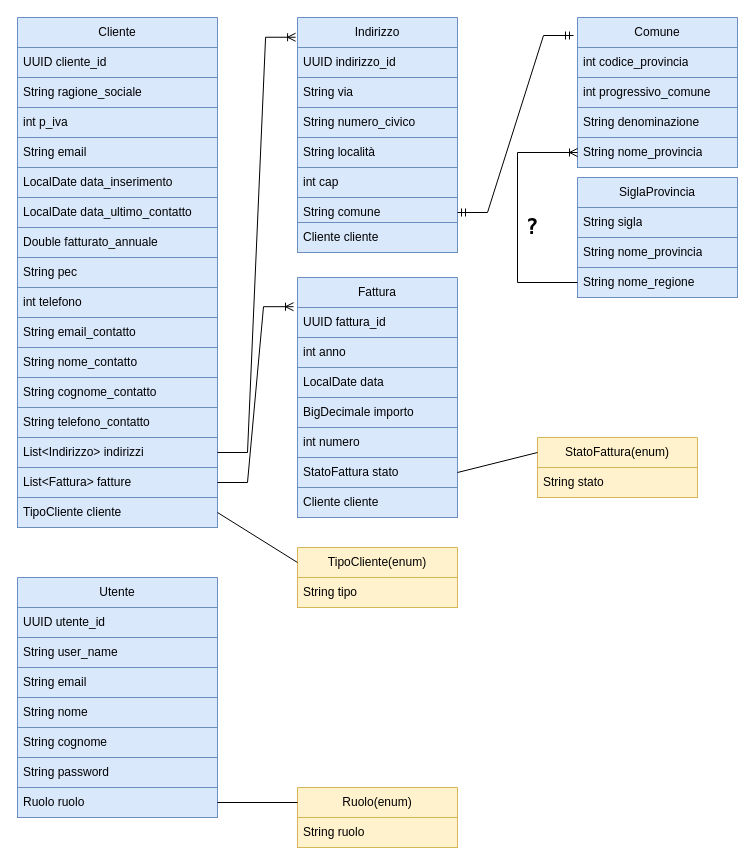
Earlier version of the draw.io diagram Diagramma_Progetto.drawio (Peppe1795/BuildWeekFinale). Source tidied: cells renumbered, new cells numbered last; positions are measured from the earlier drawing's top-left corner, leaving out a move shared by most shapes. Both pictures are drawn from the tidied source at 100%, with x=0, y=0 at pixel (17, 17).
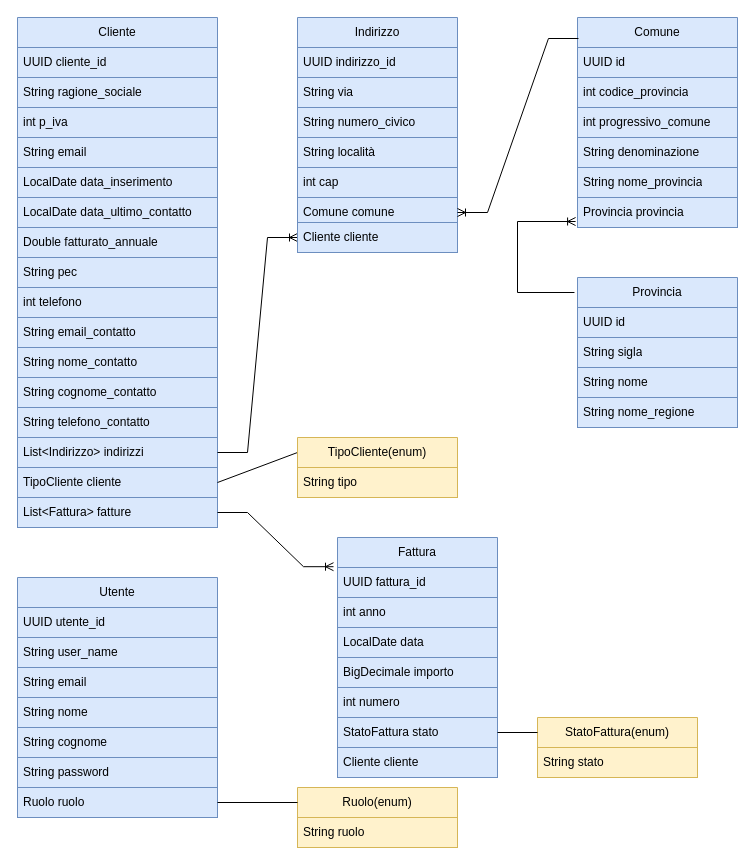
Above is the later version.

Unchanged cells that the change refers to:
```xml
<mxCell id="2" value="Indirizzo" style="swimlane;fontStyle=0;horizontal=1;startSize=30;whiteSpace=wrap;html=1;fillColor=#dae8fc;strokeColor=#6c8ebf;" parent="1" vertex="1">
  <mxGeometry x="280" width="160" height="210" as="geometry" />
</mxCell>
<mxCell id="9" value="Cliente" style="swimlane;fontStyle=0;horizontal=1;startSize=30;whiteSpace=wrap;html=1;fillColor=#dae8fc;strokeColor=#6c8ebf;" parent="1" vertex="1">
  <mxGeometry width="200" height="510" as="geometry" />
</mxCell>
<mxCell id="23" value="List&amp;lt;Indirizzo&amp;gt; indirizzi" style="text;strokeColor=#6c8ebf;fillColor=#dae8fc;align=left;verticalAlign=middle;spacingLeft=4;spacingRight=4;overflow=hidden;points=[[0,0.5],[1,0.5]];portConstraint=eastwest;whiteSpace=wrap;html=1;" parent="9" vertex="1">
  <mxGeometry y="420" width="200" height="30" as="geometry" />
</mxCell>
<mxCell id="64" value="Cliente cliente" style="text;strokeColor=#6c8ebf;fillColor=#dae8fc;align=left;verticalAlign=middle;spacingLeft=4;spacingRight=4;overflow=hidden;points=[[0,0.5],[1,0.5]];portConstraint=eastwest;whiteSpace=wrap;html=1;" parent="1" vertex="1">
  <mxGeometry x="280" y="205" width="160" height="30" as="geometry" />
</mxCell>
```

Change to the diagram source:
```diff
@@
-    <mxCell id="8" value="String comune" style="text;strokeColor=#6c8ebf;fillColor=#dae8fc;align=left;verticalAlign=middle;spacingLeft=4;spacingRight=4;overflow=hidden;points=[[0,0.5],[1,0.5]];portConstraint=eastwest;whiteSpace=wrap;html=1;" parent="2" vertex="1">
+    <mxCell id="8" value="Comune comune" style="text;strokeColor=#6c8ebf;fillColor=#dae8fc;align=left;verticalAlign=middle;spacingLeft=4;spacingRight=4;overflow=hidden;points=[[0,0.5],[1,0.5]];portConstraint=eastwest;whiteSpace=wrap;html=1;" parent="2" vertex="1">
       <mxGeometry y="180" width="160" height="30" as="geometry" />
     </mxCell>
@@
+    <mxCell id="25" value="TipoCliente cliente&amp;nbsp;" style="text;strokeColor=#6c8ebf;fillColor=#dae8fc;align=left;verticalAlign=middle;spacingLeft=4;spacingRight=4;overflow=hidden;points=[[0,0.5],[1,0.5]];portConstraint=eastwest;whiteSpace=wrap;html=1;" parent="9" vertex="1">
+      <mxGeometry y="450" width="200" height="30" as="geometry" />
+    </mxCell>
     <mxCell id="24" value="List&amp;lt;Fattura&amp;gt; fatture" style="text;strokeColor=#6c8ebf;fillColor=#dae8fc;align=left;verticalAlign=middle;spacingLeft=4;spacingRight=4;overflow=hidden;points=[[0,0.5],[1,0.5]];portConstraint=eastwest;whiteSpace=wrap;html=1;" parent="9" vertex="1">
-      <mxGeometry y="450" width="200" height="30" as="geometry" />
+      <mxGeometry y="480" width="200" height="30" as="geometry" />
     </mxCell>
-    <mxCell id="25" value="TipoCliente cliente&amp;nbsp;" style="text;strokeColor=#6c8ebf;fillColor=#dae8fc;align=left;verticalAlign=middle;spacingLeft=4;spacingRight=4;overflow=hidden;points=[[0,0.5],[1,0.5]];portConstraint=eastwest;whiteSpace=wrap;html=1;" parent="9" vertex="1">
-      <mxGeometry y="480" width="200" height="30" as="geometry" />
-    </mxCell>
     <mxCell id="26" value="Comune" style="swimlane;fontStyle=0;horizontal=1;startSize=30;whiteSpace=wrap;html=1;fillColor=#dae8fc;strokeColor=#6c8ebf;" parent="1" vertex="1">
-      <mxGeometry x="560" width="160" height="150" as="geometry" />
+      <mxGeometry x="560" width="160" height="210" as="geometry" />
     </mxCell>
+    <mxCell id="66" value="UUID id&lt;div style=&quot;background-color:#2f2f2f;padding:0px 0px 0px 2px;&quot;&gt;&lt;div style=&quot;color: rgb(170, 170, 170); font-family: &amp;quot;Courier New&amp;quot;; font-size: 10pt;&quot;&gt;&lt;p style=&quot;background-color:#373737;margin:0;&quot;&gt;&lt;span style=&quot;color:#d9e8f7;&quot;&gt;&lt;/span&gt;&lt;/p&gt;&lt;/div&gt;&lt;/div&gt;" style="text;strokeColor=#6c8ebf;fillColor=#dae8fc;align=left;verticalAlign=middle;spacingLeft=4;spacingRight=4;overflow=hidden;whiteSpace=wrap;html=1;" parent="26" vertex="1">
+      <mxGeometry y="30" width="160" height="30" as="geometry" />
+    </mxCell>
     <mxCell id="27" value="int&amp;nbsp;codice_provincia&lt;div style=&quot;background-color:#2f2f2f;padding:0px 0px 0px 2px;&quot;&gt;&lt;div style=&quot;color: rgb(170, 170, 170); font-family: &amp;quot;Courier New&amp;quot;; font-size: 10pt;&quot;&gt;&lt;p style=&quot;background-color:#373737;margin:0;&quot;&gt;&lt;span style=&quot;color:#d9e8f7;&quot;&gt;&lt;/span&gt;&lt;/p&gt;&lt;/div&gt;&lt;/div&gt;" style="text;strokeColor=#6c8ebf;fillColor=#dae8fc;align=left;verticalAlign=middle;spacingLeft=4;spacingRight=4;overflow=hidden;whiteSpace=wrap;html=1;" parent="26" vertex="1">
-      <mxGeometry y="30" width="160" height="30" as="geometry" />
+      <mxGeometry y="60" width="160" height="30" as="geometry" />
     </mxCell>
     <mxCell id="28" value="int&amp;nbsp;progressivo_comune&lt;div style=&quot;background-color:#2f2f2f;padding:0px 0px 0px 2px;&quot;&gt;&lt;div style=&quot;color: rgb(170, 170, 170); font-family: &amp;quot;Courier New&amp;quot;; font-size: 10pt;&quot;&gt;&lt;p style=&quot;background-color:#373737;margin:0;&quot;&gt;&lt;span style=&quot;color:#d9e8f7;&quot;&gt;&lt;/span&gt;&lt;/p&gt;&lt;/div&gt;&lt;/div&gt;" style="text;strokeColor=#6c8ebf;fillColor=#dae8fc;align=left;verticalAlign=middle;spacingLeft=4;spacingRight=4;overflow=hidden;whiteSpace=wrap;html=1;" parent="26" vertex="1">
-      <mxGeometry y="60" width="160" height="30" as="geometry" />
+      <mxGeometry y="90" width="160" height="30" as="geometry" />
     </mxCell>
     <mxCell id="29" value="String&amp;nbsp;denominazione&lt;div style=&quot;background-color:#2f2f2f;padding:0px 0px 0px 2px;&quot;&gt;&lt;div style=&quot;color: rgb(170, 170, 170); font-family: &amp;quot;Courier New&amp;quot;; font-size: 10pt;&quot;&gt;&lt;p style=&quot;background-color:#373737;margin:0;&quot;&gt;&lt;span style=&quot;color:#d9e8f7;&quot;&gt;&lt;/span&gt;&lt;/p&gt;&lt;/div&gt;&lt;/div&gt;" style="text;strokeColor=#6c8ebf;fillColor=#dae8fc;align=left;verticalAlign=middle;spacingLeft=4;spacingRight=4;overflow=hidden;whiteSpace=wrap;html=1;" parent="26" vertex="1">
-      <mxGeometry y="90" width="160" height="30" as="geometry" />
+      <mxGeometry y="120" width="160" height="30" as="geometry" />
     </mxCell>
     <mxCell id="30" value="String nome_provincia" style="text;strokeColor=#6c8ebf;fillColor=#dae8fc;align=left;verticalAlign=middle;spacingLeft=4;spacingRight=4;overflow=hidden;points=[[0,0.5],[1,0.5]];portConstraint=eastwest;whiteSpace=wrap;html=1;" parent="26" vertex="1">
-      <mxGeometry y="120" width="160" height="30" as="geometry" />
+      <mxGeometry y="150" width="160" height="30" as="geometry" />
     </mxCell>
+    <mxCell id="67" value="Provincia provincia" style="text;strokeColor=#6c8ebf;fillColor=#dae8fc;align=left;verticalAlign=middle;spacingLeft=4;spacingRight=4;overflow=hidden;points=[[0,0.5],[1,0.5]];portConstraint=eastwest;whiteSpace=wrap;html=1;" parent="26" vertex="1">
+      <mxGeometry y="180" width="160" height="30" as="geometry" />
+    </mxCell>
     <mxCell id="31" value="Fattura" style="swimlane;fontStyle=0;horizontal=1;startSize=30;whiteSpace=wrap;html=1;fillColor=#dae8fc;strokeColor=#6c8ebf;" parent="1" vertex="1">
-      <mxGeometry x="280" y="260" width="160" height="210" as="geometry" />
+      <mxGeometry x="320" y="520" width="160" height="210" as="geometry" />
     </mxCell>
@@
-    <mxCell id="46" value="TipoCliente(enum)" style="swimlane;fontStyle=0;horizontal=1;startSize=30;whiteSpace=wrap;html=1;fillColor=#fff2cc;strokeColor=#d6b656;" parent="1" vertex="1">
-      <mxGeometry x="280" y="530" width="160" height="60" as="geometry" />
-    </mxCell>
-    <mxCell id="47" value="String tipo" style="text;strokeColor=#d6b656;fillColor=#fff2cc;align=left;verticalAlign=middle;spacingLeft=4;spacingRight=4;overflow=hidden;whiteSpace=wrap;html=1;" parent="46" vertex="1">
-      <mxGeometry y="30" width="160" height="30" as="geometry" />
-    </mxCell>
     <mxCell id="48" value="StatoFattura(enum)" style="swimlane;fontStyle=0;horizontal=1;startSize=30;whiteSpace=wrap;html=1;fillColor=#fff2cc;strokeColor=#d6b656;" parent="1" vertex="1">
-      <mxGeometry x="520" y="420" width="160" height="60" as="geometry" />
+      <mxGeometry x="520" y="700" width="160" height="60" as="geometry" />
     </mxCell>
@@
-    <mxCell id="52" style="edgeStyle=entityRelationEdgeStyle;fontSize=12;html=1;endArrow=ERoneToMany;rounded=0;exitX=1;exitY=0.5;exitDx=0;exitDy=0;entryX=-0.012;entryY=0.094;entryDx=0;entryDy=0;entryPerimeter=0;" parent="1" edge="1" source="23" target="2">
+    <mxCell id="52" style="edgeStyle=entityRelationEdgeStyle;fontSize=12;html=1;endArrow=ERoneToMany;rounded=0;exitX=1;exitY=0.5;exitDx=0;exitDy=0;entryX=0;entryY=0.5;entryDx=0;entryDy=0;" parent="1" edge="1" source="23" target="64">
       <mxGeometry relative="1" as="geometry" />
     </mxCell>
-    <mxCell id="53" style="edgeStyle=entityRelationEdgeStyle;fontSize=12;html=1;endArrow=ERmandOne;startArrow=ERmandOne;rounded=0;entryX=-0.025;entryY=0.12;entryDx=0;entryDy=0;entryPerimeter=0;exitX=1;exitY=0.5;exitDx=0;exitDy=0;" parent="1" edge="1" source="8" target="26">
-      <mxGeometry relative="1" as="geometry" />
-    </mxCell>
@@
-    <mxCell id="58" value="SiglaProvincia" style="swimlane;fontStyle=0;horizontal=1;startSize=30;whiteSpace=wrap;html=1;fillColor=#dae8fc;strokeColor=#6c8ebf;" parent="1" vertex="1">
-      <mxGeometry x="560" y="160" width="160" height="120" as="geometry" />
+    <mxCell id="58" value="Provincia" style="swimlane;fontStyle=0;horizontal=1;startSize=30;whiteSpace=wrap;html=1;fillColor=#dae8fc;strokeColor=#6c8ebf;" parent="1" vertex="1">
+      <mxGeometry x="560" y="260" width="160" height="150" as="geometry" />
     </mxCell>
+    <mxCell id="68" value="UUID id" style="text;strokeColor=#6c8ebf;fillColor=#dae8fc;align=left;verticalAlign=middle;spacingLeft=4;spacingRight=4;overflow=hidden;whiteSpace=wrap;html=1;" parent="58" vertex="1">
+      <mxGeometry y="30" width="160" height="30" as="geometry" />
+    </mxCell>
     <mxCell id="59" value="String sigla" style="text;strokeColor=#6c8ebf;fillColor=#dae8fc;align=left;verticalAlign=middle;spacingLeft=4;spacingRight=4;overflow=hidden;whiteSpace=wrap;html=1;" parent="58" vertex="1">
-      <mxGeometry y="30" width="160" height="30" as="geometry" />
+      <mxGeometry y="60" width="160" height="30" as="geometry" />
     </mxCell>
-    <mxCell id="60" value="String nome_provincia" style="text;strokeColor=#6c8ebf;fillColor=#dae8fc;align=left;verticalAlign=middle;spacingLeft=4;spacingRight=4;overflow=hidden;whiteSpace=wrap;html=1;" parent="58" vertex="1">
-      <mxGeometry y="60" width="160" height="30" as="geometry" />
+    <mxCell id="60" value="String nome" style="text;strokeColor=#6c8ebf;fillColor=#dae8fc;align=left;verticalAlign=middle;spacingLeft=4;spacingRight=4;overflow=hidden;whiteSpace=wrap;html=1;" parent="58" vertex="1">
+      <mxGeometry y="90" width="160" height="30" as="geometry" />
     </mxCell>
     <mxCell id="61" value="String nome_regione" style="text;strokeColor=#6c8ebf;fillColor=#dae8fc;align=left;verticalAlign=middle;spacingLeft=4;spacingRight=4;overflow=hidden;whiteSpace=wrap;html=1;" parent="58" vertex="1">
-      <mxGeometry y="90" width="160" height="30" as="geometry" />
+      <mxGeometry y="120" width="160" height="30" as="geometry" />
     </mxCell>
-    <mxCell id="62" style="fontSize=12;html=1;endArrow=ERoneToMany;rounded=0;edgeStyle=elbowEdgeStyle;elbow=horizontal;entryX=0;entryY=0.5;entryDx=0;entryDy=0;exitX=0;exitY=0.5;exitDx=0;exitDy=0;" parent="1" edge="1" target="30">
+    <mxCell id="62" style="fontSize=12;html=1;endArrow=ERoneToMany;rounded=0;edgeStyle=elbowEdgeStyle;elbow=horizontal;exitX=-0.019;exitY=0.1;exitDx=0;exitDy=0;entryX=-0.012;entryY=0.8;entryDx=0;entryDy=0;entryPerimeter=0;exitPerimeter=0;" parent="1" edge="1" source="58" target="67">
       <mxGeometry relative="1" as="geometry">
-        <mxPoint x="560" y="265" as="sourcePoint" />
         <Array as="points">
           <mxPoint x="500" y="235" />
         </Array>
       </mxGeometry>
     </mxCell>
-    <mxCell id="63" value="&lt;font style=&quot;font-size: 21px;&quot; face=&quot;Lucida Console&quot;&gt;&lt;b&gt;?&lt;/b&gt;&lt;/font&gt;" style="text;html=1;strokeColor=none;fillColor=none;align=center;verticalAlign=middle;whiteSpace=wrap;rounded=0;" parent="1" vertex="1">
-      <mxGeometry x="500" y="200" width="30" height="20" as="geometry" />
-    </mxCell>
@@
     <mxCell id="65" value="Cliente cliente" style="text;strokeColor=#6c8ebf;fillColor=#dae8fc;align=left;verticalAlign=middle;spacingLeft=4;spacingRight=4;overflow=hidden;whiteSpace=wrap;html=1;" parent="1" vertex="1">
-      <mxGeometry x="280" y="470" width="160" height="30" as="geometry" />
+      <mxGeometry x="320" y="730" width="160" height="30" as="geometry" />
     </mxCell>
+    <mxCell id="69" style="edgeStyle=entityRelationEdgeStyle;fontSize=12;html=1;endArrow=ERoneToMany;rounded=0;entryX=1;entryY=0.5;entryDx=0;entryDy=0;exitX=0.006;exitY=0.1;exitDx=0;exitDy=0;exitPerimeter=0;" parent="1" edge="1" source="26" target="8">
+      <mxGeometry relative="1" as="geometry" />
+    </mxCell>
+    <mxCell id="46" value="TipoCliente(enum)" style="swimlane;fontStyle=0;horizontal=1;startSize=30;whiteSpace=wrap;html=1;fillColor=#fff2cc;strokeColor=#d6b656;" parent="1" vertex="1">
+      <mxGeometry x="280" y="420" width="160" height="60" as="geometry" />
+    </mxCell>
+    <mxCell id="47" value="String tipo" style="text;strokeColor=#d6b656;fillColor=#fff2cc;align=left;verticalAlign=middle;spacingLeft=4;spacingRight=4;overflow=hidden;whiteSpace=wrap;html=1;" parent="46" vertex="1">
+      <mxGeometry y="30" width="160" height="30" as="geometry" />
+    </mxCell>
```
